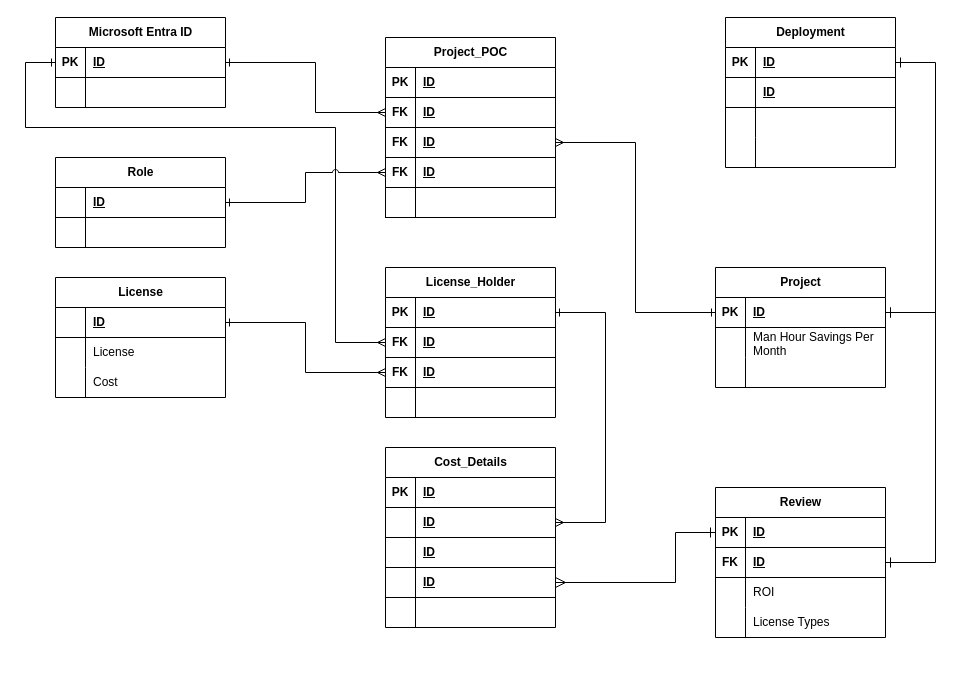
The draw.io diagram page "Option-3y" (1 of 2) of erd-projint-01.drawio in josjreyes/ProjectIntake, before the edit. Source tidied: cells renumbered, new cells numbered last; positions are measured from the earlier drawing's top-left corner, leaving out a move shared by most shapes. Both pictures are drawn from the tidied source at 100%, with x=0, y=0 at pixel (25, 17).
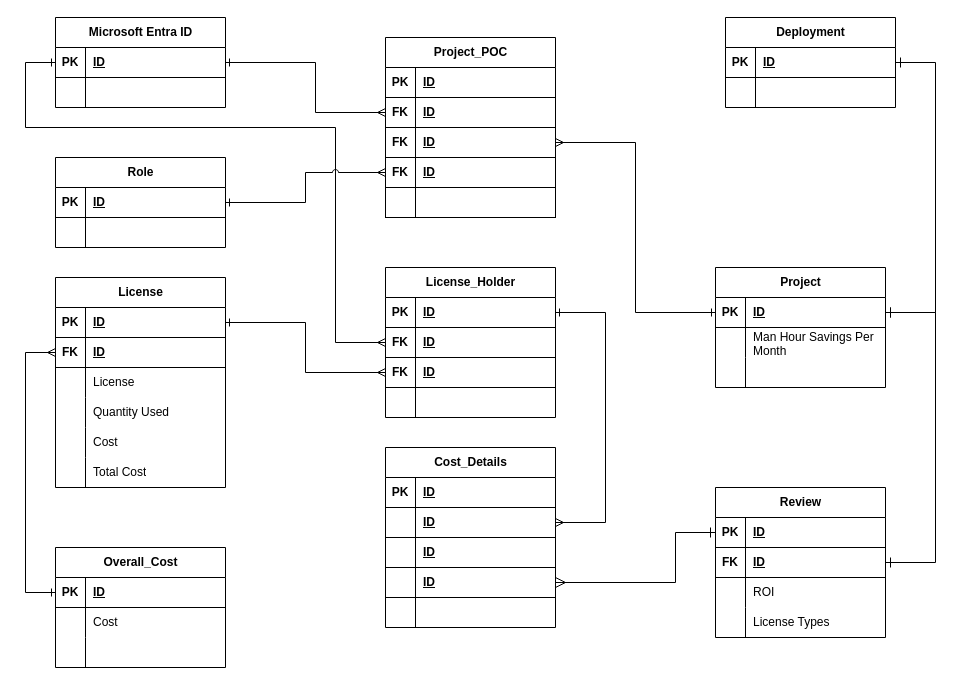
The same page after the edit.

Commit message:
Added Total_Cost table. Deleted unneeded pages.

Unchanged cells that the change refers to:
```xml
<mxCell id="13" style="shape=tableRow;horizontal=0;startSize=0;swimlaneHead=0;swimlaneBody=0;fillColor=none;points=[[0,0.5],[1,0.5]];portConstraint=eastwest;top=0;left=0;right=0;bottom=1;" parent="12" vertex="1">
  <mxGeometry y="30" width="170" height="30" as="geometry" />
</mxCell>
<mxCell id="109" style="shape=tableRow;horizontal=0;startSize=0;swimlaneHead=0;swimlaneBody=0;fillColor=none;points=[[0,0.5],[1,0.5]];portConstraint=eastwest;top=0;left=0;right=0;bottom=1;" parent="108" vertex="1">
  <mxGeometry y="30" width="170" height="30" as="geometry" />
</mxCell>
```

The edit, as a diff of the source:
```diff
@@
     <mxCell id="12" value="License" style="shape=table;startSize=30;childLayout=tableLayout;rowLines=0;fontStyle=1;align=center;html=1;" parent="1" vertex="1">
-      <mxGeometry x="30" y="260" width="170" height="120" as="geometry" />
+      <mxGeometry x="30" y="260" width="170" height="210" as="geometry" />
     </mxCell>
@@
-    <mxCell id="14" style="shape=partialRectangle;fillColor=none;top=0;left=0;bottom=0;right=0;fontStyle=1;overflow=hidden;whiteSpace=wrap;html=1;" parent="13" vertex="1">
+    <mxCell id="14" value="PK" style="shape=partialRectangle;fillColor=none;top=0;left=0;bottom=0;right=0;fontStyle=1;overflow=hidden;whiteSpace=wrap;html=1;" parent="13" vertex="1">
       <mxGeometry width="30" height="30" as="geometry" />
     </mxCell>
@@
+    <mxCell id="49" style="shape=tableRow;horizontal=0;startSize=0;swimlaneHead=0;swimlaneBody=0;fillColor=none;points=[[0,0.5],[1,0.5]];portConstraint=eastwest;top=0;left=0;right=0;bottom=1;" parent="12" vertex="1">
+      <mxGeometry y="60" width="170" height="30" as="geometry" />
+    </mxCell>
+    <mxCell id="116" value="FK" style="shape=partialRectangle;fillColor=none;top=0;left=0;bottom=0;right=0;fontStyle=1;overflow=hidden;whiteSpace=wrap;html=1;" parent="49" vertex="1">
+      <mxGeometry width="30" height="30" as="geometry" />
+    </mxCell>
+    <mxCell id="117" value="ID" style="shape=partialRectangle;fillColor=none;top=0;left=0;bottom=0;right=0;align=left;spacingLeft=6;fontStyle=5;overflow=hidden;whiteSpace=wrap;html=1;" parent="49" vertex="1">
+      <mxGeometry x="30" width="140" height="30" as="geometry" />
+    </mxCell>
     <mxCell id="16" style="shape=tableRow;horizontal=0;startSize=0;swimlaneHead=0;swimlaneBody=0;fillColor=none;top=0;left=0;right=0;bottom=0;" parent="12" vertex="1">
-      <mxGeometry y="60" width="170" height="30" as="geometry" />
+      <mxGeometry y="90" width="170" height="30" as="geometry" />
     </mxCell>
@@
+    <mxCell id="118" style="shape=tableRow;horizontal=0;startSize=0;swimlaneHead=0;swimlaneBody=0;fillColor=none;top=0;left=0;right=0;bottom=0;" parent="12" vertex="1">
+      <mxGeometry y="120" width="170" height="30" as="geometry" />
+    </mxCell>
+    <mxCell id="119" style="shape=partialRectangle;fillColor=none;top=0;left=0;bottom=0;right=0;overflow=hidden;whiteSpace=wrap;html=1;" parent="118" vertex="1">
+      <mxGeometry width="30" height="30" as="geometry" />
+    </mxCell>
+    <mxCell id="120" value="Quantity Used" style="shape=partialRectangle;fillColor=none;top=0;left=0;bottom=0;right=0;align=left;spacingLeft=6;overflow=hidden;whiteSpace=wrap;html=1;" parent="118" vertex="1">
+      <mxGeometry x="30" width="140" height="30" as="geometry" />
+    </mxCell>
     <mxCell id="19" style="shape=tableRow;horizontal=0;startSize=0;swimlaneHead=0;swimlaneBody=0;fillColor=none;top=0;left=0;right=0;bottom=0;" parent="12" vertex="1">
-      <mxGeometry y="90" width="170" height="30" as="geometry" />
+      <mxGeometry y="150" width="170" height="30" as="geometry" />
     </mxCell>
@@
+    <mxCell id="121" style="shape=tableRow;horizontal=0;startSize=0;swimlaneHead=0;swimlaneBody=0;fillColor=none;top=0;left=0;right=0;bottom=0;" parent="12" vertex="1">
+      <mxGeometry y="180" width="170" height="30" as="geometry" />
+    </mxCell>
+    <mxCell id="122" style="shape=partialRectangle;fillColor=none;top=0;left=0;bottom=0;right=0;overflow=hidden;whiteSpace=wrap;html=1;" parent="121" vertex="1">
+      <mxGeometry width="30" height="30" as="geometry" />
+    </mxCell>
+    <mxCell id="123" value="Total Cost" style="shape=partialRectangle;fillColor=none;top=0;left=0;bottom=0;right=0;align=left;spacingLeft=6;overflow=hidden;whiteSpace=wrap;html=1;" parent="121" vertex="1">
+      <mxGeometry x="30" width="140" height="30" as="geometry" />
+    </mxCell>
@@
     <mxCell id="45" value="Deployment" style="shape=table;startSize=30;childLayout=tableLayout;rowLines=0;fontStyle=1;align=center;html=1;" parent="1" vertex="1">
-      <mxGeometry x="700" width="170" height="150" as="geometry" />
+      <mxGeometry x="700" width="170" height="90" as="geometry" />
     </mxCell>
@@
-    <mxCell id="49" style="shape=tableRow;horizontal=0;startSize=0;swimlaneHead=0;swimlaneBody=0;fillColor=none;points=[[0,0.5],[1,0.5]];portConstraint=eastwest;top=0;left=0;right=0;bottom=1;" parent="45" vertex="1">
-      <mxGeometry y="60" width="170" height="30" as="geometry" />
-    </mxCell>
-    <mxCell id="50" style="shape=partialRectangle;fillColor=none;top=0;left=0;bottom=0;right=0;fontStyle=1;overflow=hidden;whiteSpace=wrap;html=1;" parent="49" vertex="1">
-      <mxGeometry width="30" height="30" as="geometry" />
-    </mxCell>
-    <mxCell id="51" value="ID" style="shape=partialRectangle;fillColor=none;top=0;left=0;bottom=0;right=0;align=left;spacingLeft=6;fontStyle=5;overflow=hidden;whiteSpace=wrap;html=1;" parent="49" vertex="1">
-      <mxGeometry x="30" width="140" height="30" as="geometry" />
-    </mxCell>
-    <mxCell id="52" style="shape=tableRow;horizontal=0;startSize=0;swimlaneHead=0;swimlaneBody=0;fillColor=none;top=0;left=0;right=0;bottom=0;" parent="45" vertex="1">
-      <mxGeometry y="90" width="170" height="30" as="geometry" />
-    </mxCell>
-    <mxCell id="53" style="shape=partialRectangle;fillColor=none;top=0;left=0;bottom=0;right=0;overflow=hidden;whiteSpace=wrap;html=1;" parent="52" vertex="1">
-      <mxGeometry width="30" height="30" as="geometry" />
-    </mxCell>
-    <mxCell id="54" style="shape=partialRectangle;fillColor=none;top=0;left=0;bottom=0;right=0;align=left;spacingLeft=6;overflow=hidden;whiteSpace=wrap;html=1;" parent="52" vertex="1">
-      <mxGeometry x="30" width="140" height="30" as="geometry" />
-    </mxCell>
     <mxCell id="55" style="shape=tableRow;horizontal=0;startSize=0;swimlaneHead=0;swimlaneBody=0;fillColor=none;top=0;left=0;right=0;bottom=0;" parent="45" vertex="1">
-      <mxGeometry y="120" width="170" height="30" as="geometry" />
+      <mxGeometry y="60" width="170" height="30" as="geometry" />
     </mxCell>
@@
-    <mxCell id="110" style="shape=partialRectangle;fillColor=none;top=0;left=0;bottom=0;right=0;fontStyle=1;overflow=hidden;whiteSpace=wrap;html=1;" parent="109" vertex="1">
+    <mxCell id="110" value="PK" style="shape=partialRectangle;fillColor=none;top=0;left=0;bottom=0;right=0;fontStyle=1;overflow=hidden;whiteSpace=wrap;html=1;" parent="109" vertex="1">
       <mxGeometry width="30" height="30" as="geometry" />
     </mxCell>
@@
+    <mxCell id="124" value="Overall_Cost" style="shape=table;startSize=30;childLayout=tableLayout;rowLines=0;fontStyle=1;align=center;html=1;" parent="1" vertex="1">
+      <mxGeometry x="30" y="530" width="170" height="120" as="geometry" />
+    </mxCell>
+    <mxCell id="125" style="shape=tableRow;horizontal=0;startSize=0;swimlaneHead=0;swimlaneBody=0;fillColor=none;points=[[0,0.5],[1,0.5]];portConstraint=eastwest;top=0;left=0;right=0;bottom=1;" parent="124" vertex="1">
+      <mxGeometry y="30" width="170" height="30" as="geometry" />
+    </mxCell>
+    <mxCell id="126" value="PK" style="shape=partialRectangle;fillColor=none;top=0;left=0;bottom=0;right=0;fontStyle=1;overflow=hidden;whiteSpace=wrap;html=1;" parent="125" vertex="1">
+      <mxGeometry width="30" height="30" as="geometry" />
+    </mxCell>
+    <mxCell id="127" value="ID" style="shape=partialRectangle;fillColor=none;top=0;left=0;bottom=0;right=0;align=left;spacingLeft=6;fontStyle=5;overflow=hidden;whiteSpace=wrap;html=1;" parent="125" vertex="1">
+      <mxGeometry x="30" width="140" height="30" as="geometry" />
+    </mxCell>
+    <mxCell id="128" style="shape=tableRow;horizontal=0;startSize=0;swimlaneHead=0;swimlaneBody=0;fillColor=none;top=0;left=0;right=0;bottom=0;" parent="124" vertex="1">
+      <mxGeometry y="60" width="170" height="30" as="geometry" />
+    </mxCell>
+    <mxCell id="129" style="shape=partialRectangle;fillColor=none;top=0;left=0;bottom=0;right=0;overflow=hidden;whiteSpace=wrap;html=1;" parent="128" vertex="1">
+      <mxGeometry width="30" height="30" as="geometry" />
+    </mxCell>
+    <mxCell id="130" value="Cost" style="shape=partialRectangle;fillColor=none;top=0;left=0;bottom=0;right=0;align=left;spacingLeft=6;overflow=hidden;whiteSpace=wrap;html=1;" parent="128" vertex="1">
+      <mxGeometry x="30" width="140" height="30" as="geometry" />
+    </mxCell>
+    <mxCell id="52" style="shape=tableRow;horizontal=0;startSize=0;swimlaneHead=0;swimlaneBody=0;fillColor=none;top=0;left=0;right=0;bottom=0;" parent="124" vertex="1">
+      <mxGeometry y="90" width="170" height="30" as="geometry" />
+    </mxCell>
+    <mxCell id="131" style="shape=partialRectangle;fillColor=none;top=0;left=0;bottom=0;right=0;overflow=hidden;whiteSpace=wrap;html=1;" parent="52" vertex="1">
+      <mxGeometry width="30" height="30" as="geometry" />
+    </mxCell>
+    <mxCell id="54" style="shape=partialRectangle;fillColor=none;top=0;left=0;bottom=0;right=0;align=left;spacingLeft=6;overflow=hidden;whiteSpace=wrap;html=1;" parent="52" vertex="1">
+      <mxGeometry x="30" width="140" height="30" as="geometry" />
+    </mxCell>
+    <mxCell id="132" style="edgeStyle=orthogonalEdgeStyle;rounded=0;jettySize=auto;html=1;endArrow=ERone;endFill=0;startArrow=ERmany;startFill=0;entryX=0;entryY=0.5;entryDx=0;entryDy=0;exitX=0;exitY=0.5;exitDx=0;exitDy=0;" parent="1" edge="1" source="49" target="125">
+      <mxGeometry relative="1" as="geometry">
+        <Array as="points">
+          <mxPoint y="335" />
+          <mxPoint y="575" />
+        </Array>
+      </mxGeometry>
+    </mxCell>
```
